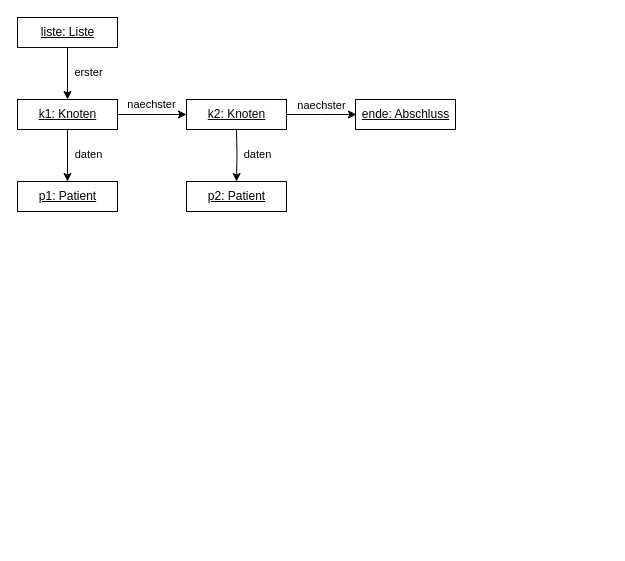
The draw.io diagram page "Liste mit Kompositum" (9 of 10) of Liste.drawio in JoernWVSG/diagram, before the edit. Source tidied: cells renumbered, new cells numbered last; positions are measured from the earlier drawing's top-left corner, leaving out a move shared by most shapes. Both pictures are drawn from the tidied source at 100%, with x=0, y=0 at pixel (17, 17).
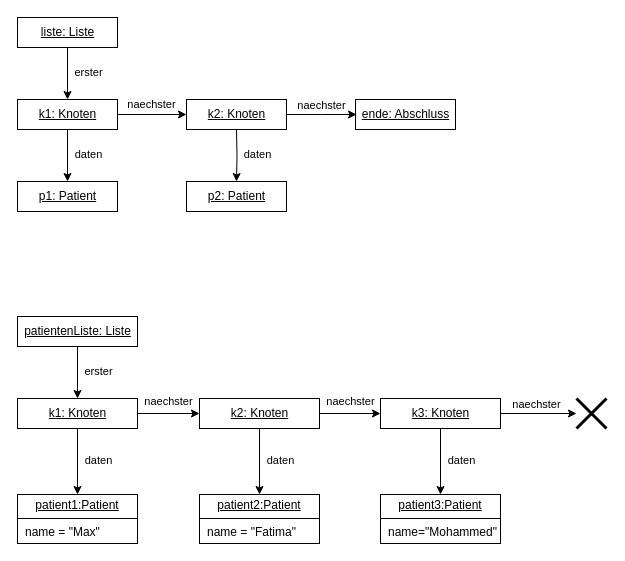
After the change.

The edit, as a diff of the source:
```diff
@@
+    <mxCell id="13" value="&lt;u&gt;patientenListe: Liste&lt;/u&gt;" style="html=1;" parent="1" vertex="1">
+      <mxGeometry y="299" width="120" height="30" as="geometry" />
+    </mxCell>
+    <mxCell id="14" style="edgeStyle=orthogonalEdgeStyle;rounded=0;jettySize=auto;html=1;" parent="1" edge="1" source="16" target="22">
+      <mxGeometry relative="1" as="geometry" />
+    </mxCell>
+    <mxCell id="15" value="naechster" style="edgeLabel;html=1;align=center;verticalAlign=middle;" parent="14" vertex="1">
+      <mxGeometry x="-0.19" relative="1" as="geometry">
+        <mxPoint x="5" y="-13" as="offset" />
+      </mxGeometry>
+    </mxCell>
+    <mxCell id="16" value="&lt;u&gt;k1: Knoten&lt;/u&gt;" style="html=1;" parent="1" vertex="1">
+      <mxGeometry y="381" width="120" height="30" as="geometry" />
+    </mxCell>
+    <mxCell id="17" value="erster" style="edgeStyle=orthogonalEdgeStyle;rounded=0;jettySize=auto;html=1;exitX=0.5;exitY=1;exitDx=0;exitDy=0;entryX=0.5;entryY=0;entryDx=0;entryDy=0;" parent="1" edge="1" source="13" target="16">
+      <mxGeometry x="-0.04" y="21" relative="1" as="geometry" />
+    </mxCell>
+    <mxCell id="18" value="daten" style="edgeStyle=orthogonalEdgeStyle;rounded=0;jettySize=auto;html=1;exitX=0.5;exitY=1;exitDx=0;exitDy=0;entryX=0.5;entryY=0;entryDx=0;entryDy=0;" parent="1" edge="1" source="16" target="19">
+      <mxGeometry x="-0.04" y="21" relative="1" as="geometry" />
+    </mxCell>
+    <mxCell id="19" value="&lt;p style=&quot;margin:0px;margin-top:4px;text-align:center;text-decoration:underline;&quot;&gt;patient1:Patient&lt;/p&gt;&lt;hr size=&quot;1&quot; style=&quot;border-style:solid;&quot;&gt;&lt;p style=&quot;margin:0px;margin-left:8px;&quot;&gt;name = &quot;Max&quot;&lt;br&gt;&lt;/p&gt;" style="verticalAlign=top;align=left;overflow=fill;html=1;whiteSpace=wrap;" parent="1" vertex="1">
+      <mxGeometry y="477" width="120" height="49" as="geometry" />
+    </mxCell>
+    <mxCell id="20" style="edgeStyle=orthogonalEdgeStyle;rounded=0;jettySize=auto;html=1;" parent="1" edge="1" source="22" target="27">
+      <mxGeometry relative="1" as="geometry" />
+    </mxCell>
+    <mxCell id="21" value="naechster" style="edgeLabel;html=1;align=center;verticalAlign=middle;" parent="20" vertex="1">
+      <mxGeometry x="0.05" y="2" relative="1" as="geometry">
+        <mxPoint x="-2" y="-11" as="offset" />
+      </mxGeometry>
+    </mxCell>
+    <mxCell id="22" value="&lt;u&gt;k2: Knoten&lt;/u&gt;" style="html=1;" parent="1" vertex="1">
+      <mxGeometry x="182" y="381" width="120" height="30" as="geometry" />
+    </mxCell>
+    <mxCell id="23" value="daten" style="edgeStyle=orthogonalEdgeStyle;rounded=0;jettySize=auto;html=1;exitX=0.5;exitY=1;exitDx=0;exitDy=0;entryX=0.5;entryY=0;entryDx=0;entryDy=0;" parent="1" edge="1" source="22" target="24">
+      <mxGeometry x="-0.04" y="21" relative="1" as="geometry" />
+    </mxCell>
+    <mxCell id="24" value="&lt;p style=&quot;margin:0px;margin-top:4px;text-align:center;text-decoration:underline;&quot;&gt;&lt;font&gt;patient2:Patient&lt;/font&gt;&lt;/p&gt;&lt;hr size=&quot;1&quot; style=&quot;border-style:solid;&quot;&gt;&lt;p style=&quot;margin:0px;margin-left:8px;&quot;&gt;&lt;font&gt;&lt;font&gt;name = &quot;Fatima&lt;/font&gt;&quot;&lt;/font&gt;&lt;br&gt;&lt;/p&gt;" style="verticalAlign=top;align=left;overflow=fill;html=1;whiteSpace=wrap;" parent="1" vertex="1">
+      <mxGeometry x="182" y="477" width="120" height="49" as="geometry" />
+    </mxCell>
+    <mxCell id="25" style="edgeStyle=orthogonalEdgeStyle;rounded=0;jettySize=auto;html=1;" parent="1" edge="1" source="27" target="30">
+      <mxGeometry relative="1" as="geometry" />
+    </mxCell>
+    <mxCell id="26" value="naechster" style="edgeLabel;html=1;align=center;verticalAlign=middle;" parent="25" vertex="1">
+      <mxGeometry x="-0.24" y="1" relative="1" as="geometry">
+        <mxPoint x="6" y="-9" as="offset" />
+      </mxGeometry>
+    </mxCell>
+    <mxCell id="27" value="&lt;u&gt;k3: Knoten&lt;/u&gt;" style="html=1;" parent="1" vertex="1">
+      <mxGeometry x="363" y="381" width="120" height="30" as="geometry" />
+    </mxCell>
+    <mxCell id="28" value="daten" style="edgeStyle=orthogonalEdgeStyle;rounded=0;jettySize=auto;html=1;exitX=0.5;exitY=1;exitDx=0;exitDy=0;entryX=0.5;entryY=0;entryDx=0;entryDy=0;" parent="1" edge="1" source="27" target="29">
+      <mxGeometry x="-0.04" y="21" relative="1" as="geometry" />
+    </mxCell>
+    <mxCell id="29" value="&lt;p style=&quot;margin:0px;margin-top:4px;text-align:center;text-decoration:underline;&quot;&gt;patient3:Patient&lt;/p&gt;&lt;hr size=&quot;1&quot; style=&quot;border-style:solid;&quot;&gt;&lt;p style=&quot;margin:0px;margin-left:8px;&quot;&gt;name=&quot;Mohammed&quot;&lt;br&gt;&lt;/p&gt;" style="verticalAlign=top;align=left;overflow=fill;html=1;whiteSpace=wrap;" parent="1" vertex="1">
+      <mxGeometry x="363" y="477" width="120" height="49" as="geometry" />
+    </mxCell>
+    <mxCell id="30" style="shape=umlDestroy;whiteSpace=wrap;html=1;strokeWidth=3;" parent="1" vertex="1">
+      <mxGeometry x="559" y="381" width="30" height="30" as="geometry" />
+    </mxCell>
```
